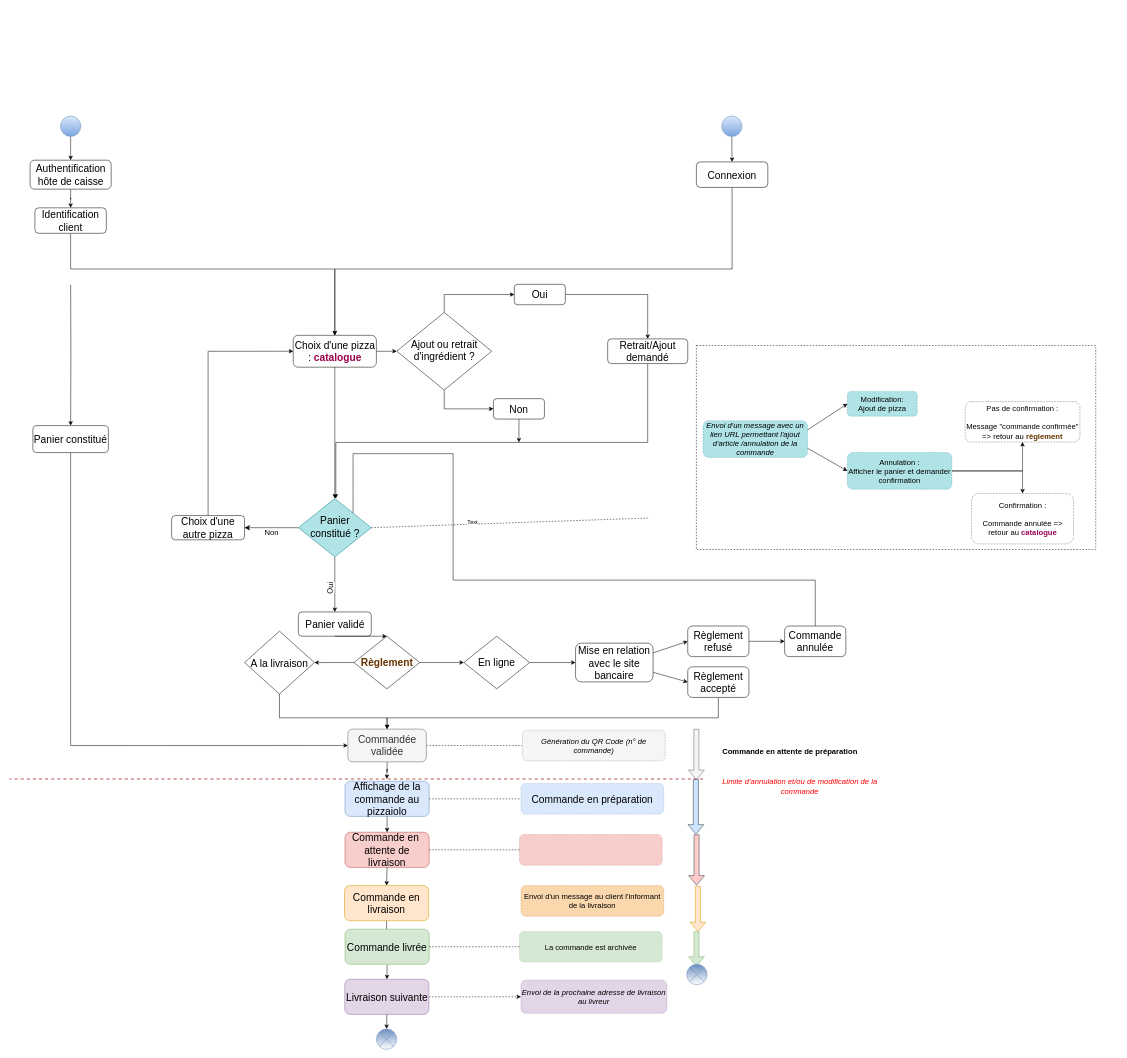
Earlier version of the draw.io diagram Copy of Copy of Untitled Diagram.drawio (OMorlotti/P4-analyser-les-besoin-de-mon-client-pour-son-groupe-de-pizzerias). Source tidied: cells renumbered, new cells numbered last; positions are measured from the earlier drawing's top-left corner, leaving out a move shared by most shapes. Both pictures are drawn from the tidied source at 51%, with x=0, y=0 at pixel (9, 9).
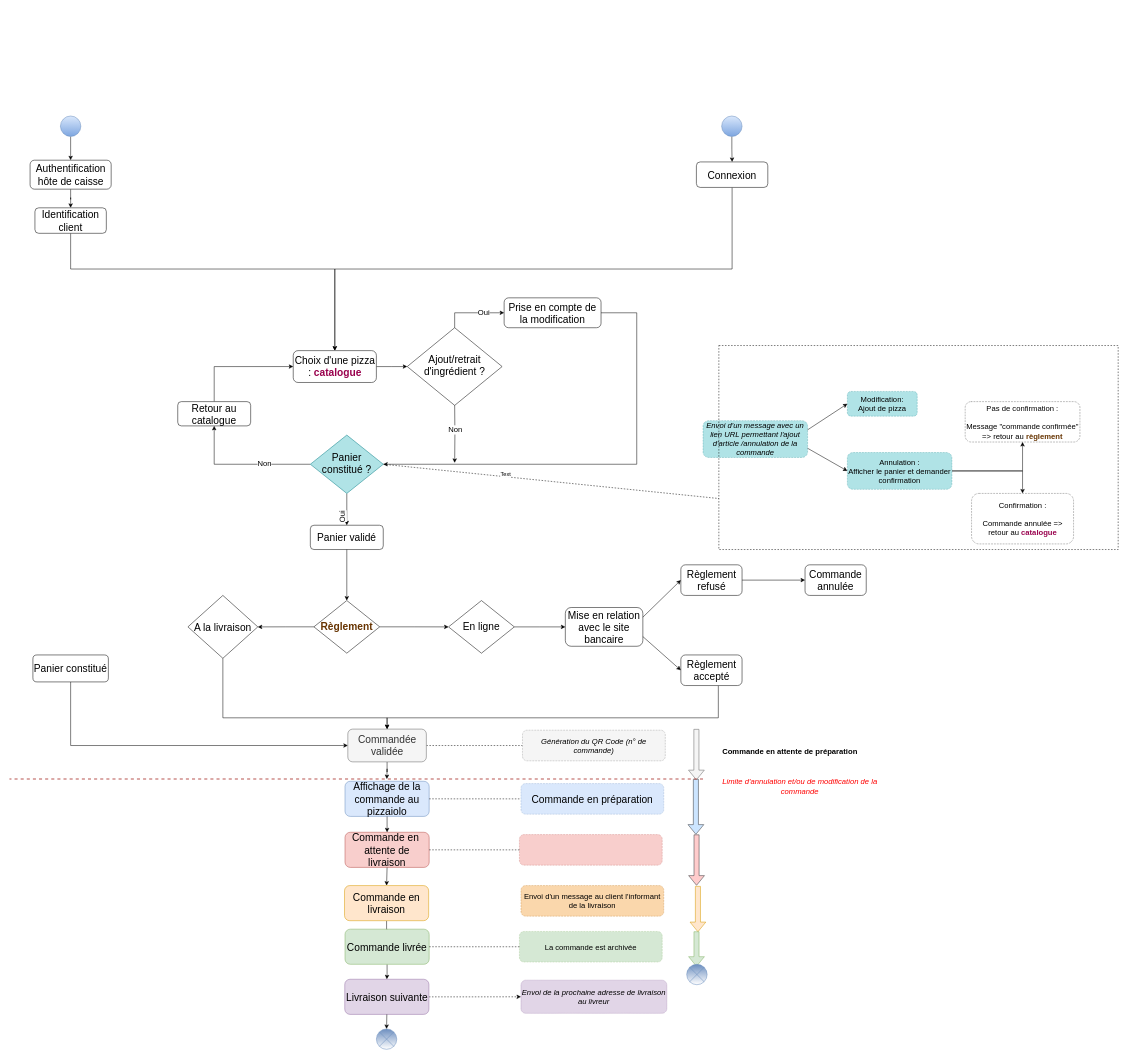
Above is the later version.

The change refers to these unchanged cells:
```xml
<mxCell id="5" style="edgeStyle=orthogonalEdgeStyle;rounded=0;jettySize=auto;html=1;endArrow=classic;endFill=1;fontColor=#000000;entryX=0.5;entryY=0;entryDx=0;entryDy=0;" parent="1" edge="1" source="95" target="93">
  <mxGeometry relative="1" as="geometry" />
</mxCell>
<mxCell id="24" value="&lt;font style=&quot;font-size: 20px&quot;&gt;Commandée validée&lt;/font&gt;" style="rounded=1;whiteSpace=wrap;html=1;direction=north;fillColor=#f5f5f5;strokeColor=#666666;fontColor=#333333;" parent="1" vertex="1">
  <mxGeometry x="663.5" y="1412.1" width="154" height="64.3" as="geometry" />
</mxCell>
```

Change to the diagram source:
```diff
@@
     <mxCell id="3" value="&lt;font style=&quot;font-size: 20px&quot;&gt;Choix d'une pizza : &lt;font color=&quot;#99004d&quot;&gt;&lt;b&gt;catalogue&lt;/b&gt;&lt;/font&gt;&lt;/font&gt;" style="rounded=1;whiteSpace=wrap;html=1;fontSize=12;glass=0;strokeWidth=1;shadow=0;" parent="1" vertex="1">
-      <mxGeometry x="556.5" y="640" width="163" height="62.5" as="geometry" />
+      <mxGeometry x="556.5" y="670" width="163" height="62.5" as="geometry" />
     </mxCell>
-    <mxCell id="4" value="&lt;font style=&quot;font-size: 15px&quot;&gt;Non&lt;/font&gt;" style="edgeStyle=orthogonalEdgeStyle;rounded=0;html=1;jettySize=auto;fontSize=11;endArrow=classic;endFill=1;endSize=8;strokeWidth=1;shadow=0;labelBackgroundColor=none;exitX=0;exitY=0.5;exitDx=0;exitDy=0;" parent="1" edge="1" source="95" target="8">
-      <mxGeometry y="10" relative="1" as="geometry" />
-    </mxCell>
@@
-    <mxCell id="6" value="&lt;font style=&quot;font-size: 15px&quot;&gt;Oui&lt;/font&gt;" style="edgeLabel;html=1;align=center;verticalAlign=middle;fontColor=#000000;rotation=-85;" parent="5" vertex="1">
+    <mxCell id="6" value="&lt;font style=&quot;font-size: 15px&quot;&gt;Oui&lt;/font&gt;" style="edgeLabel;html=1;align=center;verticalAlign=middle;fontColor=#000000;rotation=269;" parent="5" vertex="1">
       <mxGeometry x="-0.3" y="1" relative="1" as="geometry">
         <mxPoint x="-11" y="24.4" as="offset" />
       </mxGeometry>
     </mxCell>
@@
-    <mxCell id="8" value="&lt;font style=&quot;font-size: 20px&quot;&gt;Choix d'une autre pizza&lt;/font&gt;" style="rounded=1;whiteSpace=wrap;html=1;fontSize=12;glass=0;strokeWidth=1;shadow=0;" parent="1" vertex="1">
-      <mxGeometry x="318" y="993.4" width="143" height="47.6" as="geometry" />
+    <mxCell id="8" value="&lt;font style=&quot;font-size: 20px&quot;&gt;Retour au catalogue&lt;/font&gt;" style="rounded=1;whiteSpace=wrap;html=1;fontSize=12;glass=0;strokeWidth=1;shadow=0;" parent="1" vertex="1">
+      <mxGeometry x="330" y="770" width="143" height="47.6" as="geometry" />
     </mxCell>
@@
     <mxCell id="12" value="&lt;font style=&quot;font-size: 20px&quot;&gt;En ligne&lt;/font&gt;" style="rhombus;whiteSpace=wrap;html=1;shadow=0;fontFamily=Helvetica;fontSize=12;align=center;strokeWidth=1;spacing=6;spacingTop=-4;" parent="1" vertex="1">
-      <mxGeometry x="891" y="1230" width="129" height="103.2" as="geometry" />
+      <mxGeometry x="861" y="1160.1" width="129" height="103.2" as="geometry" />
     </mxCell>
@@
-    <mxCell id="15" style="edgeStyle=orthogonalEdgeStyle;rounded=0;jettySize=auto;html=1;startArrow=none;startFill=0;endArrow=classic;endFill=1;entryX=0;entryY=0.5;entryDx=0;entryDy=0;" parent="1" edge="1" source="17" target="47">
-      <mxGeometry relative="1" as="geometry">
-        <Array as="points">
-          <mxPoint x="852" y="784" />
-        </Array>
-      </mxGeometry>
-    </mxCell>
-    <mxCell id="16" style="edgeStyle=orthogonalEdgeStyle;rounded=0;jettySize=auto;html=1;startArrow=none;startFill=0;endArrow=classic;endFill=1;entryX=0;entryY=0.5;entryDx=0;entryDy=0;exitX=0.5;exitY=0;exitDx=0;exitDy=0;" parent="1" edge="1" source="17" target="21">
+    <mxCell id="16" style="edgeStyle=orthogonalEdgeStyle;rounded=0;jettySize=auto;html=1;startArrow=none;startFill=0;endArrow=classic;endFill=1;entryX=0;entryY=0.5;entryDx=0;entryDy=0;exitX=0.5;exitY=0;exitDx=0;exitDy=0;" parent="1" edge="1" source="17" target="19">
       <mxGeometry relative="1" as="geometry" />
     </mxCell>
+    <mxCell id="21" value="&lt;font style=&quot;font-size: 15px&quot;&gt;Oui&lt;/font&gt;" style="edgeLabel;html=1;align=center;verticalAlign=middle;points=[];" parent="16" vertex="1">
+      <mxGeometry x="0.37" y="1" relative="1" as="geometry">
+        <mxPoint x="-1" as="offset" />
+      </mxGeometry>
+    </mxCell>
-    <mxCell id="17" value="&lt;font style=&quot;font-size: 20px&quot;&gt;Ajout ou retrait d'ingrédient ?&lt;/font&gt;" style="rhombus;whiteSpace=wrap;html=1;shadow=0;fontFamily=Helvetica;fontSize=12;align=center;strokeWidth=1;spacing=6;spacingTop=-4;" parent="1" vertex="1">
-      <mxGeometry x="759.5" y="595" width="186" height="152.3" as="geometry" />
+    <mxCell id="17" value="&lt;font style=&quot;font-size: 20px&quot;&gt;Ajout/retrait d'ingrédient ?&lt;/font&gt;" style="rhombus;whiteSpace=wrap;html=1;shadow=0;fontFamily=Helvetica;fontSize=12;align=center;strokeWidth=1;spacing=6;spacingTop=-4;" parent="1" vertex="1">
+      <mxGeometry x="780" y="625.1" width="186" height="152.3" as="geometry" />
     </mxCell>
-    <mxCell id="18" style="edgeStyle=orthogonalEdgeStyle;rounded=0;jettySize=auto;html=1;startArrow=none;startFill=0;endArrow=classic;endFill=1;" parent="1" edge="1" source="19">
-      <mxGeometry relative="1" as="geometry">
-        <mxPoint x="640" y="960" as="targetPoint" />
-        <Array as="points">
-          <mxPoint x="1252" y="850" />
-          <mxPoint x="640" y="850" />
-        </Array>
-      </mxGeometry>
-    </mxCell>
+    <mxCell id="97" style="edgeStyle=orthogonalEdgeStyle;rounded=0;jettySize=auto;html=1;startArrow=none;startFill=0;endArrow=classic;endFill=1;entryX=1;entryY=0.5;entryDx=0;entryDy=0;" parent="1" edge="1" source="19" target="95">
+      <mxGeometry relative="1" as="geometry">
+        <Array as="points">
+          <mxPoint x="1230" y="596" />
+          <mxPoint x="1230" y="893" />
+        </Array>
+      </mxGeometry>
+    </mxCell>
-    <mxCell id="19" value="&lt;font style=&quot;font-size: 20px&quot;&gt;Retrait/Ajout demandé&lt;/font&gt;" style="rounded=1;whiteSpace=wrap;html=1;fontSize=12;glass=0;strokeWidth=1;shadow=0;align=center;" parent="1" vertex="1">
-      <mxGeometry x="1173" y="647" width="157" height="48.4" as="geometry" />
+    <mxCell id="19" value="&lt;font style=&quot;font-size: 20px&quot;&gt;Prise en compte de la modification&lt;br&gt;&lt;/font&gt;" style="rounded=1;whiteSpace=wrap;html=1;fontSize=12;glass=0;strokeWidth=1;shadow=0;align=center;" parent="1" vertex="1">
+      <mxGeometry x="970" y="566.5" width="190" height="58.6" as="geometry" />
     </mxCell>
-    <mxCell id="20" style="edgeStyle=orthogonalEdgeStyle;rounded=0;jettySize=auto;html=1;startArrow=none;startFill=0;endArrow=classic;endFill=1;entryX=0.5;entryY=0;entryDx=0;entryDy=0;" parent="1" edge="1" source="21" target="19">
-      <mxGeometry relative="1" as="geometry" />
-    </mxCell>
-    <mxCell id="21" value="&lt;font style=&quot;font-size: 20px&quot;&gt;Oui&lt;/font&gt;" style="rounded=1;whiteSpace=wrap;html=1;" parent="1" vertex="1">
-      <mxGeometry x="990" y="540" width="100" height="40" as="geometry" />
-    </mxCell>
@@
     <mxCell id="34" style="edgeStyle=orthogonalEdgeStyle;rounded=0;jettySize=auto;html=1;entryX=1;entryY=0.5;entryDx=0;entryDy=0;" parent="1" edge="1" source="35" target="24">
       <mxGeometry relative="1" as="geometry">
         <Array as="points">
-          <mxPoint x="530" y="1390" />
-          <mxPoint x="741" y="1390" />
+          <mxPoint x="418" y="1390" />
+          <mxPoint x="740" y="1390" />
         </Array>
       </mxGeometry>
     </mxCell>
     <mxCell id="35" value="&lt;span style=&quot;font-size: 20px&quot;&gt;A la livraison&lt;/span&gt;" style="rhombus;whiteSpace=wrap;html=1;" parent="1" vertex="1">
-      <mxGeometry x="461" y="1220" width="137" height="123.3" as="geometry" />
+      <mxGeometry x="350" y="1150" width="137" height="123.3" as="geometry" />
     </mxCell>
@@
-    <mxCell id="46" style="endArrow=classic;html=1;exitX=0.5;exitY=1;exitDx=0;exitDy=0;" parent="1" edge="1">
-      <mxGeometry relative="1" as="geometry">
-        <mxPoint x="999" y="804.2" as="sourcePoint" />
-        <mxPoint x="999" y="850" as="targetPoint" />
-      </mxGeometry>
-    </mxCell>
-    <mxCell id="47" value="&lt;font style=&quot;font-size: 20px&quot;&gt;Non&lt;/font&gt;" style="rounded=1;whiteSpace=wrap;html=1;" parent="1" vertex="1">
-      <mxGeometry x="949" y="764.2" width="100" height="40" as="geometry" />
-    </mxCell>
@@
     <mxCell id="56" value="&lt;font style=&quot;font-size: 20px&quot; color=&quot;#663300&quot;&gt;&lt;b&gt;Règlement&lt;/b&gt;&lt;/font&gt;" style="rhombus;whiteSpace=wrap;html=1;shadow=0;fontFamily=Helvetica;fontSize=12;align=center;strokeWidth=1;spacing=6;spacingTop=-4;" parent="1" vertex="1">
-      <mxGeometry x="675.5" y="1230" width="129" height="103.2" as="geometry" />
+      <mxGeometry x="597" y="1160" width="129" height="103.2" as="geometry" />
     </mxCell>
@@
     <mxCell id="62" value="&lt;span style=&quot;font-size: 20px&quot;&gt;Panier constitué&lt;/span&gt;" style="rounded=1;whiteSpace=wrap;html=1;fontSize=12;glass=0;strokeWidth=1;shadow=0;" parent="1" vertex="1">
-      <mxGeometry x="46" y="817" width="148" height="52.9" as="geometry" />
+      <mxGeometry x="46" y="1266.7" width="148" height="52.9" as="geometry" />
     </mxCell>
@@
-    <mxCell id="65" style="edgeStyle=orthogonalEdgeStyle;rounded=0;jettySize=auto;html=1;entryX=0.5;entryY=0;entryDx=0;entryDy=0;" parent="1" edge="1" target="62">
-      <mxGeometry relative="1" as="geometry">
-        <mxPoint x="120" y="541" as="sourcePoint" />
-      </mxGeometry>
-    </mxCell>
@@
     <mxCell id="70" value="&lt;font style=&quot;font-size: 20px&quot;&gt;Mise en relation avec le site bancaire&lt;/font&gt;" style="rounded=1;whiteSpace=wrap;html=1;fillColor=#FFFFFF;gradientColor=none;" parent="1" vertex="1">
-      <mxGeometry x="1110" y="1243.6" width="152" height="76" as="geometry" />
+      <mxGeometry x="1090" y="1173.7" width="152" height="76" as="geometry" />
     </mxCell>
@@
     <mxCell id="72" value="&lt;font style=&quot;font-size: 20px&quot;&gt;Règlement refusé&lt;/font&gt;" style="rounded=1;whiteSpace=wrap;html=1;fillColor=#FFFFFF;gradientColor=none;" parent="1" vertex="1">
-      <mxGeometry x="1330" y="1210" width="120" height="60" as="geometry" />
+      <mxGeometry x="1316.5" y="1090" width="120" height="60" as="geometry" />
     </mxCell>
-    <mxCell id="73" style="edgeStyle=orthogonalEdgeStyle;rounded=0;jettySize=auto;html=1;entryX=1;entryY=1;entryDx=0;entryDy=0;" parent="1" edge="1" source="74" target="95">
-      <mxGeometry relative="1" as="geometry">
-        <Array as="points">
-          <mxPoint x="1580" y="1120" />
-          <mxPoint x="870" y="1120" />
-          <mxPoint x="870" y="872" />
-        </Array>
-      </mxGeometry>
-    </mxCell>
     <mxCell id="74" value="&lt;font style=&quot;font-size: 20px&quot;&gt;Commande annulée&lt;/font&gt;" style="rounded=1;whiteSpace=wrap;html=1;fillColor=#FFFFFF;gradientColor=none;" parent="1" vertex="1">
-      <mxGeometry x="1520" y="1210" width="120" height="60" as="geometry" />
+      <mxGeometry x="1560" y="1090" width="120" height="60" as="geometry" />
     </mxCell>
@@
     <mxCell id="76" value="&lt;font style=&quot;font-size: 20px&quot;&gt;Règlement accepté&lt;/font&gt;" style="rounded=1;whiteSpace=wrap;html=1;fillColor=#FFFFFF;gradientColor=none;" parent="1" vertex="1">
-      <mxGeometry x="1330" y="1290" width="120" height="60" as="geometry" />
+      <mxGeometry x="1316.5" y="1266.7" width="120" height="60" as="geometry" />
     </mxCell>
@@
-    <mxCell id="88" style="endArrow=none;html=1;entryX=-0.003;entryY=0.46;entryDx=0;entryDy=0;exitX=1;exitY=0.5;exitDx=0;exitDy=0;endFill=0;dashed=1;entryPerimeter=0;" parent="1" edge="1" source="95">
-      <mxGeometry relative="1" as="geometry">
-        <mxPoint x="1253.7" y="998.2" as="targetPoint" />
-      </mxGeometry>
+    <mxCell id="88" style="endArrow=none;html=1;entryX=0;entryY=0.75;entryDx=0;entryDy=0;exitX=1;exitY=0.5;exitDx=0;exitDy=0;endFill=0;dashed=1;" parent="1" edge="1" source="95" target="92">
+      <mxGeometry relative="1" as="geometry" />
     </mxCell>
@@
     <mxCell id="92" style="rounded=0;whiteSpace=wrap;html=1;dashed=1;fillColor=none;" parent="1" vertex="1">
-      <mxGeometry x="1347" y="660" width="783" height="400" as="geometry" />
+      <mxGeometry x="1391" y="660" width="783" height="400" as="geometry" />
     </mxCell>
     <mxCell id="93" value="&lt;font style=&quot;font-size: 20px&quot;&gt;Panier validé&lt;/font&gt;" style="rounded=1;whiteSpace=wrap;html=1;fontSize=12;glass=0;strokeWidth=1;shadow=0;" parent="1" vertex="1">
-      <mxGeometry x="566.5" y="1182.4" width="143" height="47.6" as="geometry" />
+      <mxGeometry x="590" y="1012.4" width="143" height="47.6" as="geometry" />
     </mxCell>
@@
+    <mxCell id="4" style="edgeStyle=orthogonalEdgeStyle;rounded=0;jettySize=auto;html=1;startArrow=none;startFill=0;endArrow=classic;endFill=1;fontSize=15;entryX=0.5;entryY=1;entryDx=0;entryDy=0;" parent="1" edge="1" source="95" target="8">
+      <mxGeometry relative="1" as="geometry">
+        <Array as="points">
+          <mxPoint x="402" y="893" />
+        </Array>
+      </mxGeometry>
+    </mxCell>
+    <mxCell id="98" value="Non" style="edgeLabel;html=1;align=center;verticalAlign=middle;fontSize=15;" parent="4" vertex="1">
+      <mxGeometry x="-0.3" y="-3" relative="1" as="geometry">
+        <mxPoint x="1" as="offset" />
+      </mxGeometry>
+    </mxCell>
     <mxCell id="95" value="&lt;font style=&quot;font-size: 20px&quot;&gt;&lt;font style=&quot;font-size: 20px&quot;&gt;Panier constitué ?&lt;/font&gt;&lt;/font&gt;" style="rhombus;whiteSpace=wrap;html=1;shadow=0;fontFamily=Helvetica;fontSize=12;align=center;strokeWidth=1;spacing=6;spacingTop=-4;fillColor=#b0e3e6;strokeColor=#0e8088;" parent="1" vertex="1">
-      <mxGeometry x="566.5" y="960" width="143" height="114.4" as="geometry" />
+      <mxGeometry x="590" y="835.6" width="143" height="114.4" as="geometry" />
     </mxCell>
-    <mxCell id="96" style="endArrow=none;html=1;entryX=0.5;entryY=1;entryDx=0;entryDy=0;exitX=0.5;exitY=0;exitDx=0;exitDy=0;endFill=0;startArrow=classic;startFill=1;" parent="1" edge="1" source="95" target="3">
-      <mxGeometry relative="1" as="geometry" />
-    </mxCell>
+    <mxCell id="99" style="edgeStyle=orthogonalEdgeStyle;rounded=0;jettySize=auto;html=1;startArrow=classic;startFill=1;endArrow=none;endFill=0;" parent="1" edge="1" target="17">
+      <mxGeometry relative="1" as="geometry">
+        <mxPoint x="873" y="890" as="sourcePoint" />
+      </mxGeometry>
+    </mxCell>
+    <mxCell id="100" value="&lt;font style=&quot;font-size: 15px&quot;&gt;Non&lt;/font&gt;" style="edgeLabel;html=1;align=center;verticalAlign=middle;" parent="99" vertex="1">
+      <mxGeometry x="0.17" relative="1" as="geometry" />
+    </mxCell>
```
